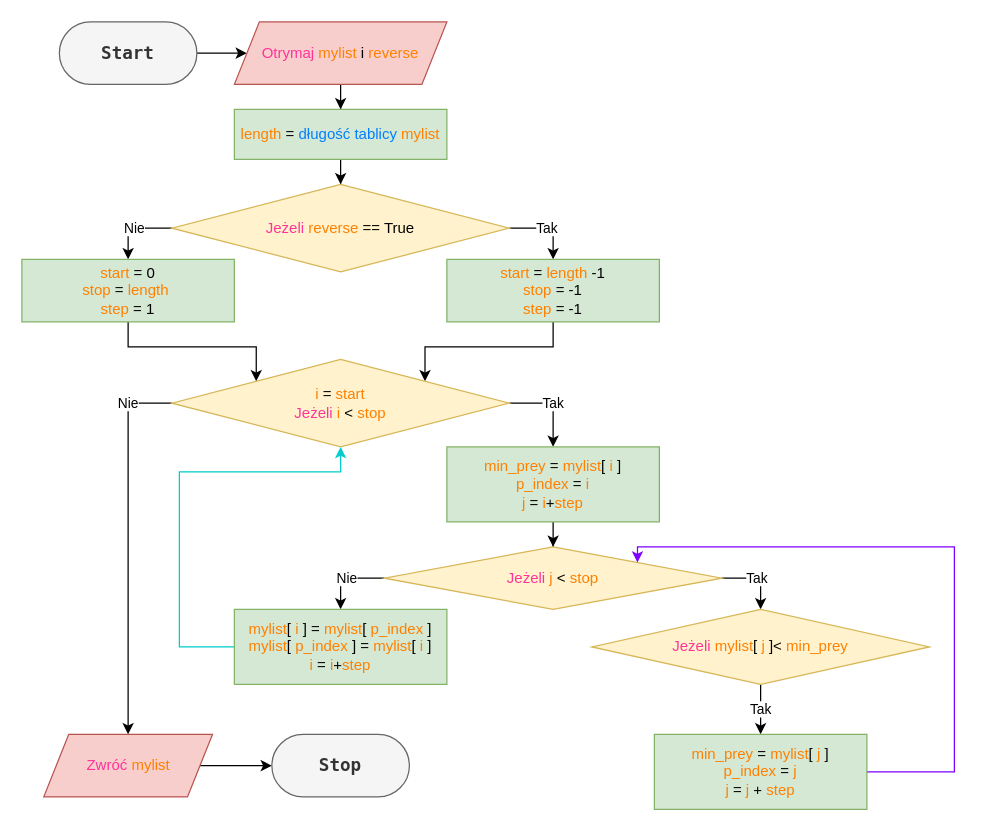
Before: page "Selection Sort" (2 of 5) of block-diagrams.drawio in FrightenedFox/sorting-algorithms, a draw.io diagram. Source tidied: cells renumbered, new cells numbered last; positions are measured from the earlier drawing's top-left corner, leaving out a move shared by most shapes. Both pictures are drawn from the tidied source at 125%, with x=0, y=0 at pixel (21, 21).
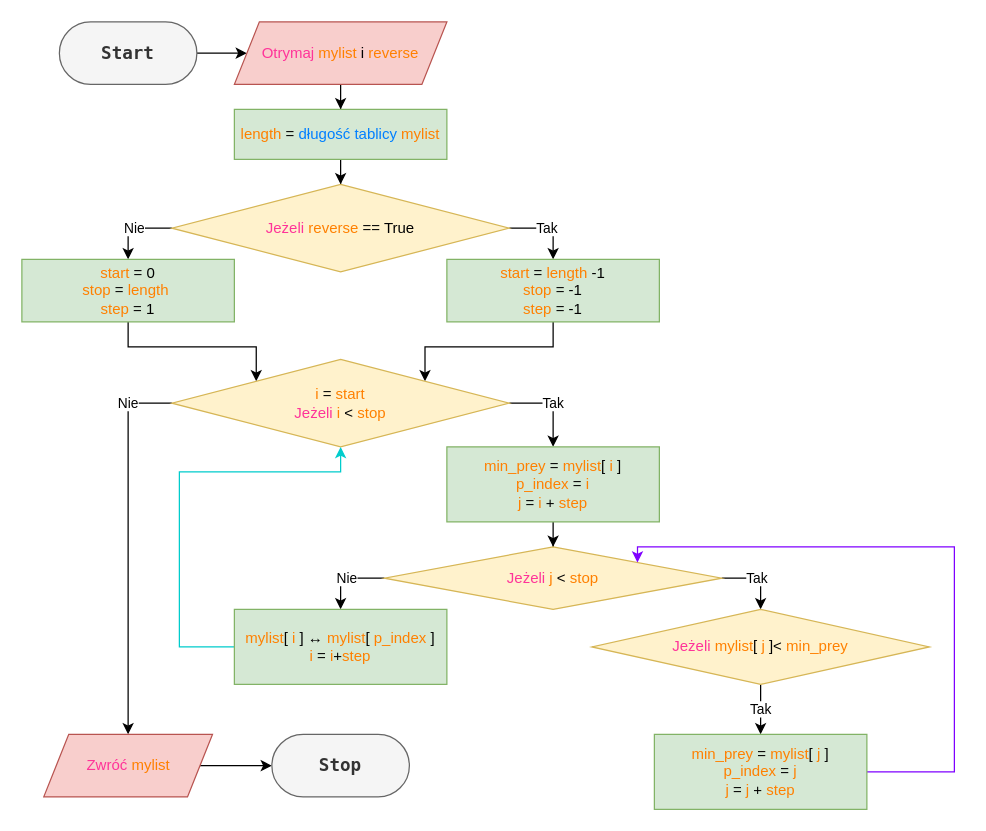
Above is the later version.

What changed in the source:
```diff
@@
-    <mxCell id="19" value="&lt;font color=&quot;#ff8000&quot;&gt;min_prey&amp;nbsp;&lt;/font&gt;=&amp;nbsp;&lt;font color=&quot;#ff8000&quot;&gt;mylist&lt;/font&gt;[&amp;nbsp;&lt;span style=&quot;color: rgb(255 , 128 , 0)&quot;&gt;i&amp;nbsp;&lt;/span&gt;]&lt;font color=&quot;#ff8000&quot;&gt;&lt;br&gt;&lt;/font&gt;&lt;font color=&quot;#ff8000&quot;&gt;p_index&amp;nbsp;&lt;/font&gt;=&amp;nbsp;&lt;font color=&quot;#ff8000&quot;&gt;i&lt;br&gt;&lt;/font&gt;&lt;span style=&quot;color: rgb(255 , 128 , 0)&quot;&gt;j&amp;nbsp;&lt;/span&gt;=&amp;nbsp;&lt;span style=&quot;color: rgb(255 , 128 , 0)&quot;&gt;i&lt;/span&gt;+&lt;span style=&quot;color: rgb(255 , 128 , 0)&quot;&gt;step&lt;/span&gt;&lt;font color=&quot;#ff3399&quot;&gt;&lt;br&gt;&lt;/font&gt;" style="rounded=0;whiteSpace=wrap;html=1;fillColor=#d5e8d4;strokeColor=#82b366;" parent="1" vertex="1">
+    <mxCell id="19" value="&lt;font color=&quot;#ff8000&quot;&gt;min_prey&amp;nbsp;&lt;/font&gt;=&amp;nbsp;&lt;font color=&quot;#ff8000&quot;&gt;mylist&lt;/font&gt;[&amp;nbsp;&lt;span style=&quot;color: rgb(255 , 128 , 0)&quot;&gt;i&amp;nbsp;&lt;/span&gt;]&lt;font color=&quot;#ff8000&quot;&gt;&lt;br&gt;&lt;/font&gt;&lt;font color=&quot;#ff8000&quot;&gt;p_index&amp;nbsp;&lt;/font&gt;=&amp;nbsp;&lt;font color=&quot;#ff8000&quot;&gt;i&lt;br&gt;&lt;/font&gt;&lt;span style=&quot;color: rgb(255 , 128 , 0)&quot;&gt;j&amp;nbsp;&lt;/span&gt;=&amp;nbsp;&lt;span style=&quot;color: rgb(255 , 128 , 0)&quot;&gt;i&amp;nbsp;&lt;/span&gt;+&amp;nbsp;&lt;span style=&quot;color: rgb(255 , 128 , 0)&quot;&gt;step&lt;/span&gt;&lt;font color=&quot;#ff3399&quot;&gt;&lt;br&gt;&lt;/font&gt;" style="rounded=0;whiteSpace=wrap;html=1;fillColor=#d5e8d4;strokeColor=#82b366;" parent="1" vertex="1">
       <mxGeometry x="340" y="340" width="170" height="60" as="geometry" />
     </mxCell>
@@
-    <mxCell id="28" value="&lt;font color=&quot;#ff8000&quot;&gt;mylist&lt;/font&gt;[&amp;nbsp;&lt;span style=&quot;color: rgb(255 , 128 , 0)&quot;&gt;i&amp;nbsp;&lt;/span&gt;] =&amp;nbsp;&lt;font color=&quot;#ff8000&quot;&gt;mylist&lt;/font&gt;[&amp;nbsp;&lt;span style=&quot;color: rgb(255 , 128 , 0)&quot;&gt;p_index&amp;nbsp;&lt;/span&gt;]&lt;font color=&quot;#ff8000&quot;&gt;&lt;br&gt;&lt;/font&gt;&lt;font color=&quot;#ff8000&quot;&gt;mylist&lt;/font&gt;[&amp;nbsp;&lt;span style=&quot;color: rgb(255 , 128 , 0)&quot;&gt;p_index&amp;nbsp;&lt;/span&gt;] =&amp;nbsp;&lt;font color=&quot;#ff8000&quot;&gt;mylist&lt;/font&gt;[&amp;nbsp;&lt;span style=&quot;color: rgb(255 , 128 , 0)&quot;&gt;i&amp;nbsp;&lt;/span&gt;]&lt;font color=&quot;#ff8000&quot;&gt;&lt;br&gt;&lt;/font&gt;&lt;span style=&quot;color: rgb(255 , 128 , 0)&quot;&gt;i&amp;nbsp;&lt;/span&gt;=&amp;nbsp;&lt;span style=&quot;color: rgb(255 , 128 , 0)&quot;&gt;i&lt;/span&gt;+&lt;span style=&quot;color: rgb(255 , 128 , 0)&quot;&gt;step&lt;/span&gt;&lt;font color=&quot;#ff3399&quot;&gt;&lt;br&gt;&lt;/font&gt;" style="rounded=0;whiteSpace=wrap;html=1;fillColor=#d5e8d4;strokeColor=#82b366;" parent="1" vertex="1">
+    <mxCell id="28" value="&lt;font color=&quot;#ff8000&quot;&gt;mylist&lt;/font&gt;[&amp;nbsp;&lt;span style=&quot;color: rgb(255 , 128 , 0)&quot;&gt;i&amp;nbsp;&lt;/span&gt;] ↔&amp;nbsp;&lt;font color=&quot;#ff8000&quot;&gt;mylist&lt;/font&gt;[&amp;nbsp;&lt;span style=&quot;color: rgb(255 , 128 , 0)&quot;&gt;p_index&amp;nbsp;&lt;/span&gt;]&lt;font color=&quot;#ff8000&quot;&gt;&lt;br&gt;&lt;/font&gt;&lt;span style=&quot;color: rgb(255 , 128 , 0)&quot;&gt;i&amp;nbsp;&lt;/span&gt;=&amp;nbsp;&lt;span style=&quot;color: rgb(255 , 128 , 0)&quot;&gt;i&lt;/span&gt;+&lt;span style=&quot;color: rgb(255 , 128 , 0)&quot;&gt;step&lt;/span&gt;&lt;font color=&quot;#ff3399&quot;&gt;&lt;br&gt;&lt;/font&gt;" style="rounded=0;whiteSpace=wrap;html=1;fillColor=#d5e8d4;strokeColor=#82b366;" parent="1" vertex="1">
       <mxGeometry x="170" y="470" width="170" height="60" as="geometry" />
     </mxCell>
```
